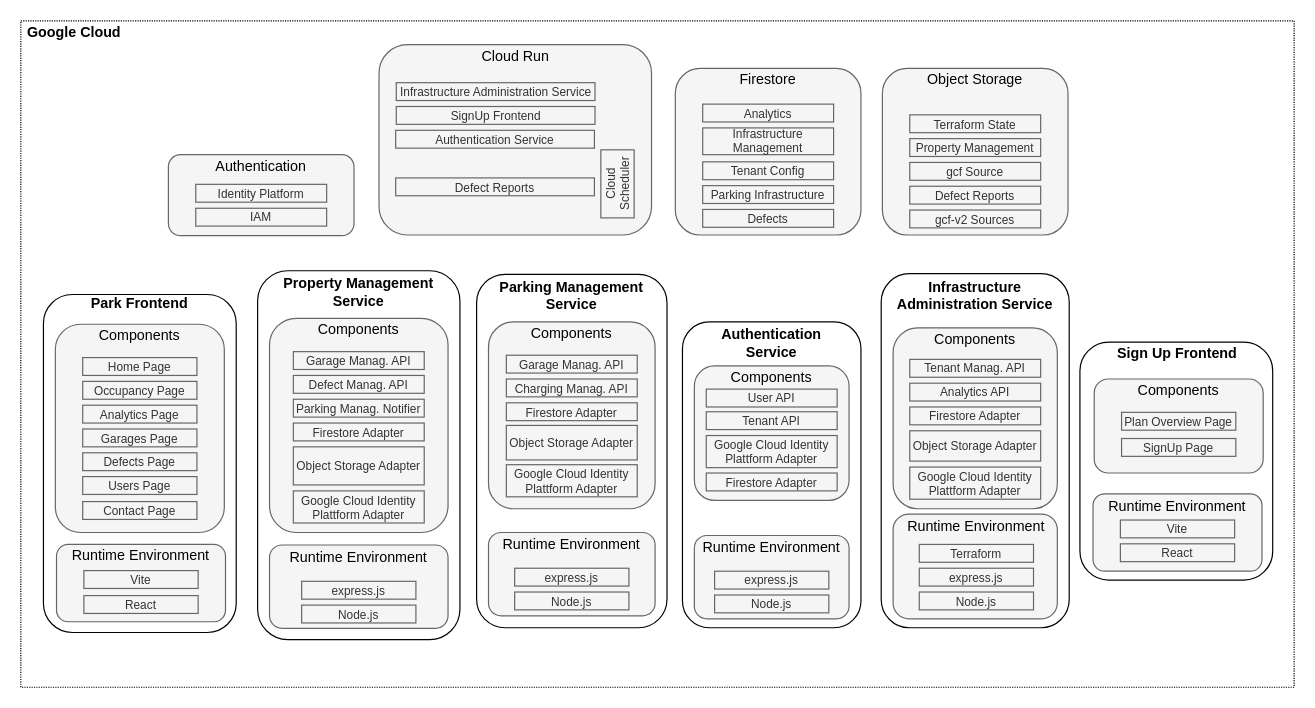
Before: page "Architecture Diagram" (1 of 2) of docs/final_submission/resources/03-runtime-view/architecture.drawio in HTWG-Zeugs/park, a draw.io diagram. Source tidied: cells renumbered, new cells numbered last; positions are measured from the earlier drawing's top-left corner, leaving out a move shared by most shapes. Both pictures are drawn from the tidied source at 119%, with x=0, y=0 at pixel (20, 20).
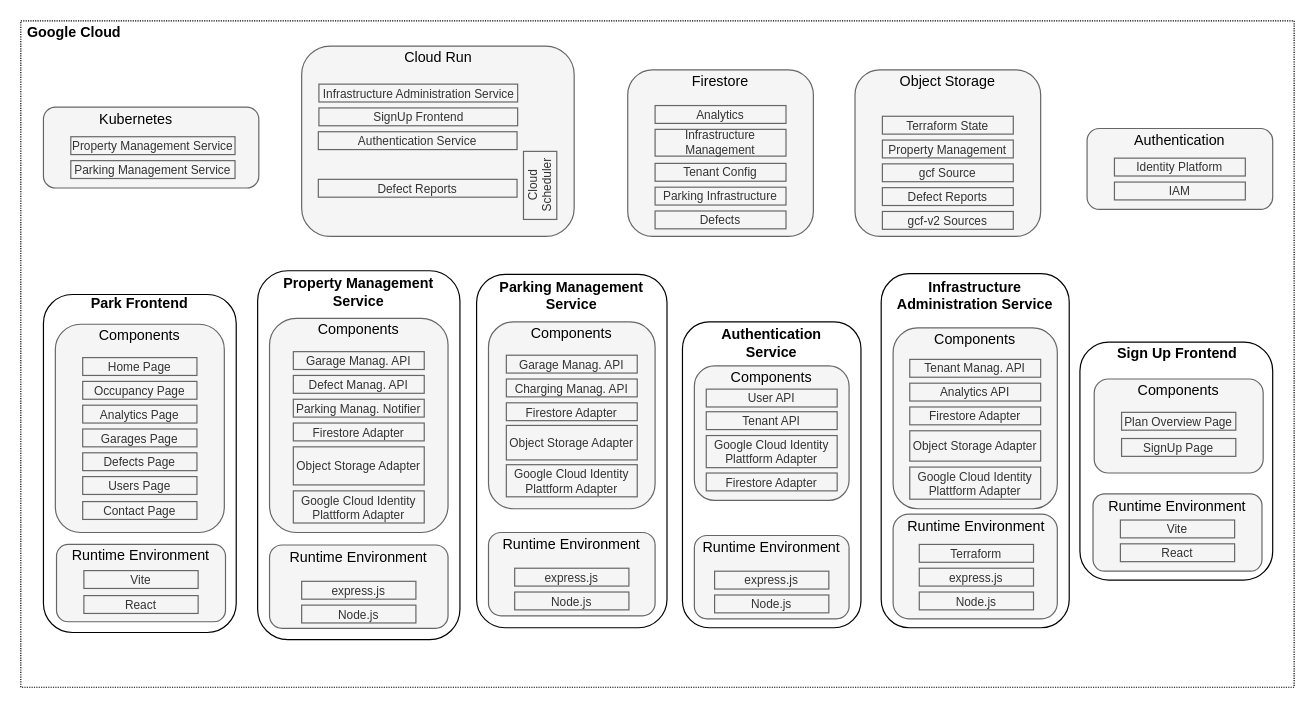
The same page after the edit.

Commit message (it also covers changes not shown here):
updated runtime overview figures

What changed in the source:
```diff
@@
     <mxCell id="10" style="rounded=1;whiteSpace=wrap;html=1;fontSize=10;fillColor=#f5f5f5;fontColor=#333333;strokeColor=#666666;" parent="1" vertex="1">
-      <mxGeometry x="301" y="20" width="229" height="160" as="geometry" />
+      <mxGeometry x="236" y="21.2" width="229" height="160" as="geometry" />
     </mxCell>
     <mxCell id="11" value="Cloud Run" style="text;html=1;align=center;verticalAlign=middle;whiteSpace=wrap;rounded=0;" parent="1" vertex="1">
-      <mxGeometry x="345.5" y="20" width="140" height="20" as="geometry" />
+      <mxGeometry x="280.5" y="21.2" width="140" height="20" as="geometry" />
     </mxCell>
     <mxCell id="12" style="rounded=1;whiteSpace=wrap;html=1;fontSize=10;fillColor=#f5f5f5;fontColor=#333333;strokeColor=#666666;" parent="1" vertex="1">
-      <mxGeometry x="550" y="40" width="156" height="140" as="geometry" />
+      <mxGeometry x="510" y="41.2" width="156" height="140" as="geometry" />
     </mxCell>
     <mxCell id="13" value="Firestore" style="text;html=1;align=center;verticalAlign=middle;whiteSpace=wrap;rounded=0;" parent="1" vertex="1">
-      <mxGeometry x="558" y="40" width="140" height="20" as="geometry" />
+      <mxGeometry x="518" y="41.2" width="140" height="20" as="geometry" />
     </mxCell>
     <mxCell id="14" style="rounded=1;whiteSpace=wrap;html=1;fontSize=10;fillColor=#f5f5f5;fontColor=#333333;strokeColor=#666666;" parent="1" vertex="1">
-      <mxGeometry x="724" y="40" width="156" height="140" as="geometry" />
+      <mxGeometry x="701" y="41.2" width="156" height="140" as="geometry" />
     </mxCell>
     <mxCell id="15" value="Object Storage" style="text;html=1;align=center;verticalAlign=middle;whiteSpace=wrap;rounded=0;" parent="1" vertex="1">
-      <mxGeometry x="732" y="40" width="140" height="20" as="geometry" />
+      <mxGeometry x="709" y="41.2" width="140" height="20" as="geometry" />
     </mxCell>
@@
     <mxCell id="47" value="Cloud Scheduler" style="rounded=0;whiteSpace=wrap;html=1;fontSize=10;fillColor=#f5f5f5;strokeColor=#666666;fontColor=#333333;rotation=-90;" parent="1" vertex="1">
-      <mxGeometry x="472.8" y="123" width="57.2" height="28" as="geometry" />
+      <mxGeometry x="407.8" y="124.3" width="57.2" height="28" as="geometry" />
     </mxCell>
     <mxCell id="48" value="gcf-v2 Sources" style="rounded=0;whiteSpace=wrap;html=1;fontSize=10;fillColor=#f5f5f5;strokeColor=#666666;fontColor=#333333;" parent="1" vertex="1">
-      <mxGeometry x="747" y="159" width="110" height="15" as="geometry" />
+      <mxGeometry x="724" y="160.2" width="110" height="15" as="geometry" />
     </mxCell>
     <mxCell id="49" value="Defect Reports" style="rounded=0;whiteSpace=wrap;html=1;fontSize=10;fillColor=#f5f5f5;strokeColor=#666666;fontColor=#333333;" parent="1" vertex="1">
-      <mxGeometry x="747" y="139" width="110" height="15" as="geometry" />
+      <mxGeometry x="724" y="140.2" width="110" height="15" as="geometry" />
     </mxCell>
     <mxCell id="50" value="gcf Source" style="rounded=0;whiteSpace=wrap;html=1;fontSize=10;fillColor=#f5f5f5;strokeColor=#666666;fontColor=#333333;" parent="1" vertex="1">
-      <mxGeometry x="747" y="119" width="110" height="15" as="geometry" />
+      <mxGeometry x="724" y="120.2" width="110" height="15" as="geometry" />
     </mxCell>
     <mxCell id="51" value="Property Management" style="rounded=0;whiteSpace=wrap;html=1;fontSize=10;fillColor=#f5f5f5;strokeColor=#666666;fontColor=#333333;" parent="1" vertex="1">
-      <mxGeometry x="747" y="99" width="110" height="15" as="geometry" />
+      <mxGeometry x="724" y="100.2" width="110" height="15" as="geometry" />
     </mxCell>
     <mxCell id="52" value="Defects" style="rounded=0;whiteSpace=wrap;html=1;fontSize=10;fillColor=#f5f5f5;strokeColor=#666666;fontColor=#333333;" parent="1" vertex="1">
-      <mxGeometry x="573" y="158.5" width="110" height="15" as="geometry" />
+      <mxGeometry x="533" y="159.8" width="110" height="15" as="geometry" />
     </mxCell>
     <mxCell id="53" value="Parking Infrastructure" style="rounded=0;whiteSpace=wrap;html=1;fontSize=10;fillColor=#f5f5f5;strokeColor=#666666;fontColor=#333333;" parent="1" vertex="1">
-      <mxGeometry x="573" y="138.5" width="110" height="15" as="geometry" />
+      <mxGeometry x="533" y="139.8" width="110" height="15" as="geometry" />
     </mxCell>
     <mxCell id="54" value="Tenant Config" style="rounded=0;whiteSpace=wrap;html=1;fontSize=10;fillColor=#f5f5f5;strokeColor=#666666;fontColor=#333333;" parent="1" vertex="1">
-      <mxGeometry x="573" y="118.5" width="110" height="15" as="geometry" />
+      <mxGeometry x="533" y="119.8" width="110" height="15" as="geometry" />
     </mxCell>
@@
     <mxCell id="78" style="rounded=1;whiteSpace=wrap;html=1;fontSize=10;fillColor=#f5f5f5;fontColor=#333333;strokeColor=#666666;" parent="1" vertex="1">
-      <mxGeometry x="124" y="112.5" width="156" height="68" as="geometry" />
+      <mxGeometry x="896" y="90.5" width="156" height="68" as="geometry" />
     </mxCell>
     <mxCell id="79" value="Authentication" style="text;html=1;align=center;verticalAlign=middle;whiteSpace=wrap;rounded=0;" parent="1" vertex="1">
-      <mxGeometry x="132" y="112.5" width="140" height="20" as="geometry" />
+      <mxGeometry x="904" y="90.5" width="140" height="20" as="geometry" />
     </mxCell>
     <mxCell id="80" value="IAM" style="rounded=0;whiteSpace=wrap;html=1;fontSize=10;fillColor=#f5f5f5;strokeColor=#666666;fontColor=#333333;" parent="1" vertex="1">
-      <mxGeometry x="147" y="157.5" width="110" height="15" as="geometry" />
+      <mxGeometry x="919" y="135.5" width="110" height="15" as="geometry" />
     </mxCell>
     <mxCell id="81" value="Identity Platform" style="rounded=0;whiteSpace=wrap;html=1;fontSize=10;fillColor=#f5f5f5;strokeColor=#666666;fontColor=#333333;" parent="1" vertex="1">
-      <mxGeometry x="147" y="137.4" width="110" height="15" as="geometry" />
+      <mxGeometry x="919" y="115.4" width="110" height="15" as="geometry" />
     </mxCell>
@@
     <mxCell id="83" value="SignUp Frontend" style="rounded=0;whiteSpace=wrap;html=1;fontSize=10;fillColor=#f5f5f5;strokeColor=#666666;fontColor=#333333;" parent="1" vertex="1">
-      <mxGeometry x="315.5" y="72" width="167" height="15" as="geometry" />
+      <mxGeometry x="250.5" y="73.2" width="167" height="15" as="geometry" />
     </mxCell>
     <mxCell id="84" value="Authentication Service" style="rounded=0;whiteSpace=wrap;html=1;fontSize=10;fillColor=#f5f5f5;strokeColor=#666666;fontColor=#333333;" parent="1" vertex="1">
-      <mxGeometry x="315" y="92" width="167" height="15" as="geometry" />
+      <mxGeometry x="250" y="93.2" width="167" height="15" as="geometry" />
     </mxCell>
     <mxCell id="85" value="Defect Reports" style="rounded=0;whiteSpace=wrap;html=1;fontSize=10;fillColor=#f5f5f5;strokeColor=#666666;fontColor=#333333;" parent="1" vertex="1">
-      <mxGeometry x="315" y="132" width="167" height="15" as="geometry" />
+      <mxGeometry x="250" y="133.2" width="167" height="15" as="geometry" />
     </mxCell>
     <mxCell id="86" value="Infrastructure Administration Service" style="rounded=0;whiteSpace=wrap;html=1;fontSize=10;fillColor=#f5f5f5;strokeColor=#666666;fontColor=#333333;" parent="1" vertex="1">
-      <mxGeometry x="315.5" y="52" width="167" height="15" as="geometry" />
+      <mxGeometry x="250.5" y="53.2" width="167" height="15" as="geometry" />
     </mxCell>
     <mxCell id="87" value="Infrastructure Management" style="rounded=0;whiteSpace=wrap;html=1;fontSize=10;fillColor=#f5f5f5;strokeColor=#666666;fontColor=#333333;" parent="1" vertex="1">
-      <mxGeometry x="573" y="90" width="110" height="22.5" as="geometry" />
+      <mxGeometry x="533" y="91.2" width="110" height="22.5" as="geometry" />
     </mxCell>
     <mxCell id="88" value="Analytics" style="rounded=0;whiteSpace=wrap;html=1;fontSize=10;fillColor=#f5f5f5;strokeColor=#666666;fontColor=#333333;" parent="1" vertex="1">
-      <mxGeometry x="573" y="70" width="110" height="15" as="geometry" />
+      <mxGeometry x="533" y="71.2" width="110" height="15" as="geometry" />
     </mxCell>
     <mxCell id="89" value="Terraform State" style="rounded=0;whiteSpace=wrap;html=1;fontSize=10;fillColor=#f5f5f5;strokeColor=#666666;fontColor=#333333;" parent="1" vertex="1">
-      <mxGeometry x="747" y="79" width="110" height="15" as="geometry" />
+      <mxGeometry x="724" y="80.2" width="110" height="15" as="geometry" />
     </mxCell>
@@
+    <mxCell id="107" style="rounded=1;whiteSpace=wrap;html=1;fontSize=10;fillColor=#f5f5f5;fontColor=#333333;strokeColor=#666666;" parent="1" vertex="1">
+      <mxGeometry x="19" y="72.5" width="181" height="68" as="geometry" />
+    </mxCell>
+    <mxCell id="108" value="Kubernetes" style="text;html=1;align=center;verticalAlign=middle;whiteSpace=wrap;rounded=0;" parent="1" vertex="1">
+      <mxGeometry x="27" y="72.5" width="140" height="20" as="geometry" />
+    </mxCell>
+    <mxCell id="109" value="Parking Management Service" style="rounded=0;whiteSpace=wrap;html=1;fontSize=10;fillColor=#f5f5f5;strokeColor=#666666;fontColor=#333333;" parent="1" vertex="1">
+      <mxGeometry x="42" y="117.5" width="138" height="15" as="geometry" />
+    </mxCell>
+    <mxCell id="110" value="Property Management Service" style="rounded=0;whiteSpace=wrap;html=1;fontSize=10;fillColor=#f5f5f5;strokeColor=#666666;fontColor=#333333;" parent="1" vertex="1">
+      <mxGeometry x="42" y="97.4" width="138" height="15" as="geometry" />
+    </mxCell>
```
